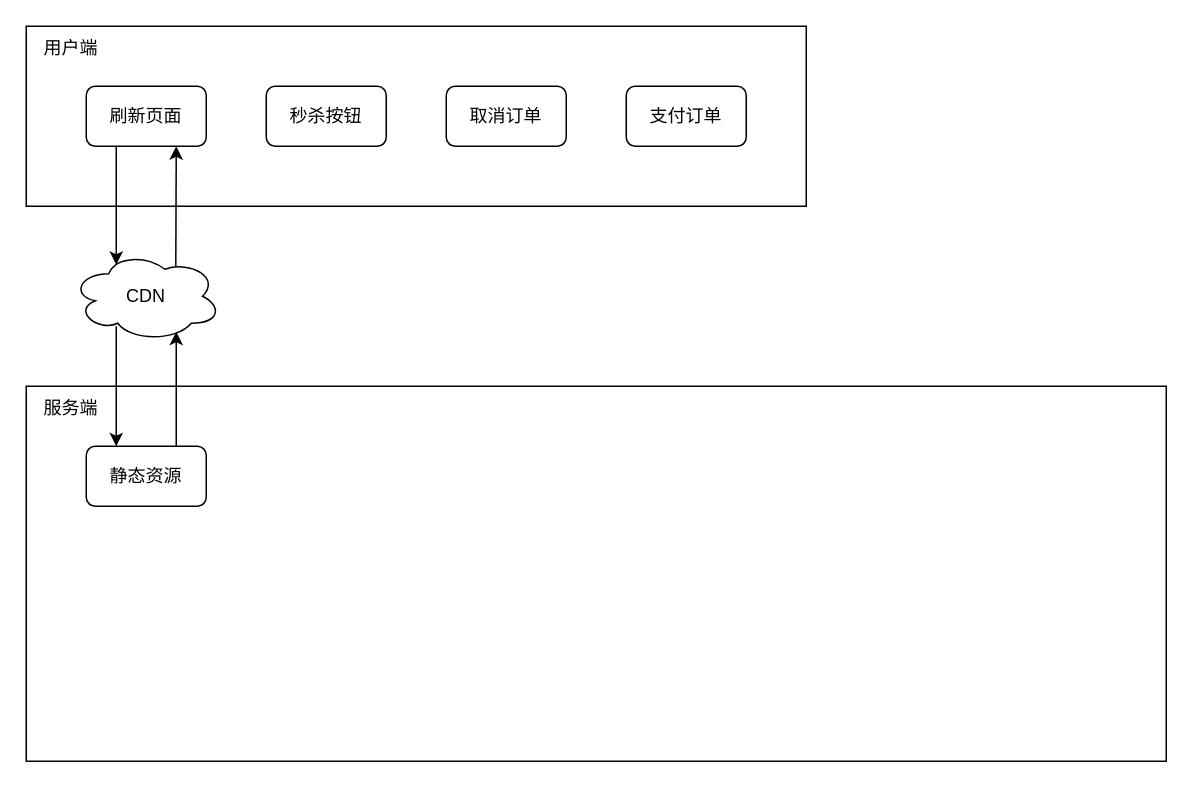
The draw.io diagram 秒杀系统设计.drawio in BacklitCat/Architecture, before the edit. Source tidied: cells renumbered, new cells numbered last; positions are measured from the earlier drawing's top-left corner, leaving out a move shared by most shapes. Both pictures are drawn from the tidied source at 150%, with x=0, y=0 at pixel (26, 26).
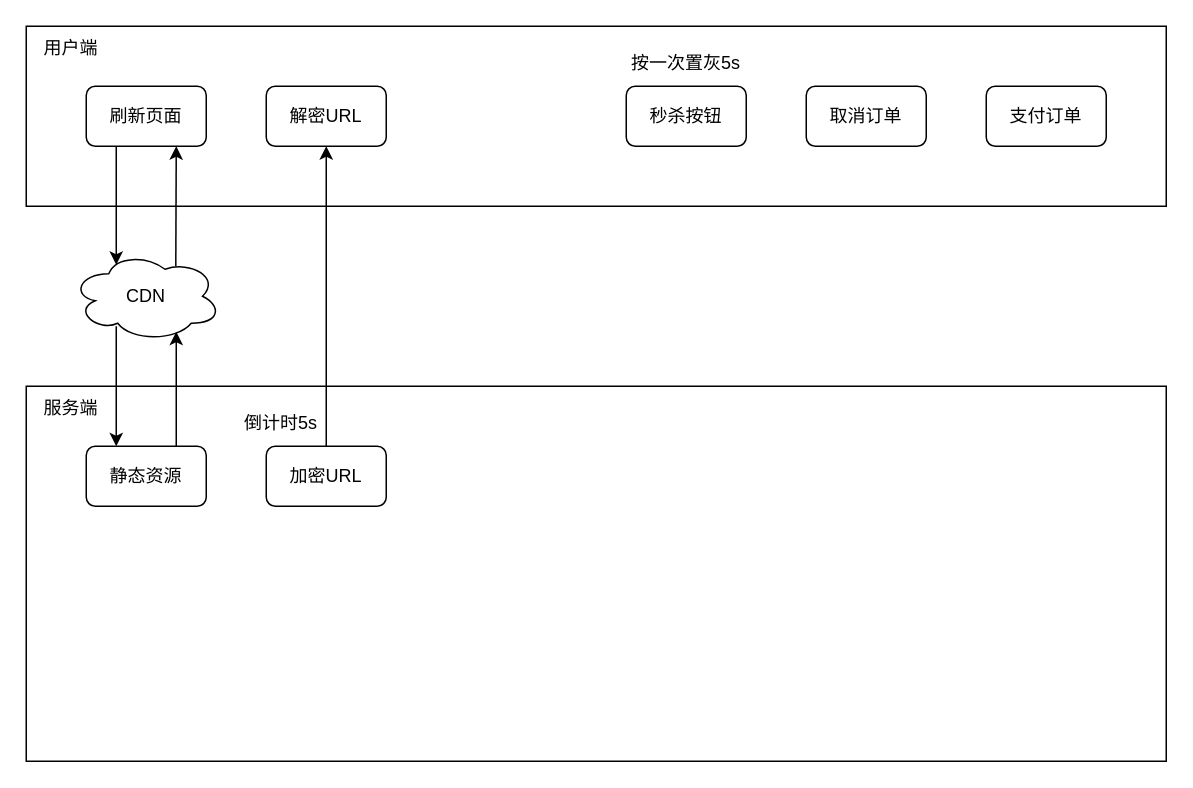
Above is the later version.

Commit message:
更新秒杀系统设计-加密url.drawio

Diff of the diagram source:
```diff
@@
     <mxCell id="2" style="rounded=0;whiteSpace=wrap;html=1;fillColor=none;" parent="1" vertex="1">
-      <mxGeometry width="520" height="120" as="geometry" />
+      <mxGeometry width="760" height="120" as="geometry" />
     </mxCell>
     <mxCell id="3" value="秒杀按钮" style="rounded=1;whiteSpace=wrap;html=1;" parent="1" vertex="1">
-      <mxGeometry x="160" y="40" width="80" height="40" as="geometry" />
+      <mxGeometry x="400" y="40" width="80" height="40" as="geometry" />
     </mxCell>
@@
     <mxCell id="8" value="取消订单" style="rounded=1;whiteSpace=wrap;html=1;" parent="1" vertex="1">
-      <mxGeometry x="280" y="40" width="80" height="40" as="geometry" />
+      <mxGeometry x="520" y="40" width="80" height="40" as="geometry" />
     </mxCell>
     <mxCell id="9" value="支付订单" style="rounded=1;whiteSpace=wrap;html=1;" parent="1" vertex="1">
-      <mxGeometry x="400" y="40" width="80" height="40" as="geometry" />
+      <mxGeometry x="640" y="40" width="80" height="40" as="geometry" />
     </mxCell>
@@
+    <mxCell id="16" value="按一次置灰5s" style="text;html=1;strokeColor=none;fillColor=none;align=center;verticalAlign=middle;whiteSpace=wrap;rounded=0;" parent="1" vertex="1">
+      <mxGeometry x="400" y="10" width="80" height="30" as="geometry" />
+    </mxCell>
+    <mxCell id="17" value="加密URL" style="rounded=1;whiteSpace=wrap;html=1;" parent="1" vertex="1">
+      <mxGeometry x="160" y="280" width="80" height="40" as="geometry" />
+    </mxCell>
+    <mxCell id="18" value="解密URL" style="rounded=1;whiteSpace=wrap;html=1;" parent="1" vertex="1">
+      <mxGeometry x="160" y="40" width="80" height="40" as="geometry" />
+    </mxCell>
+    <mxCell id="19" style="endArrow=classic;html=1;rounded=0;" parent="1" edge="1" source="17" target="18">
+      <mxGeometry relative="1" as="geometry" />
+    </mxCell>
+    <mxCell id="20" value="倒计时5s" style="text;html=1;strokeColor=none;fillColor=none;align=center;verticalAlign=middle;whiteSpace=wrap;rounded=0;" parent="1" vertex="1">
+      <mxGeometry x="140" y="250" width="60" height="30" as="geometry" />
+    </mxCell>
```
